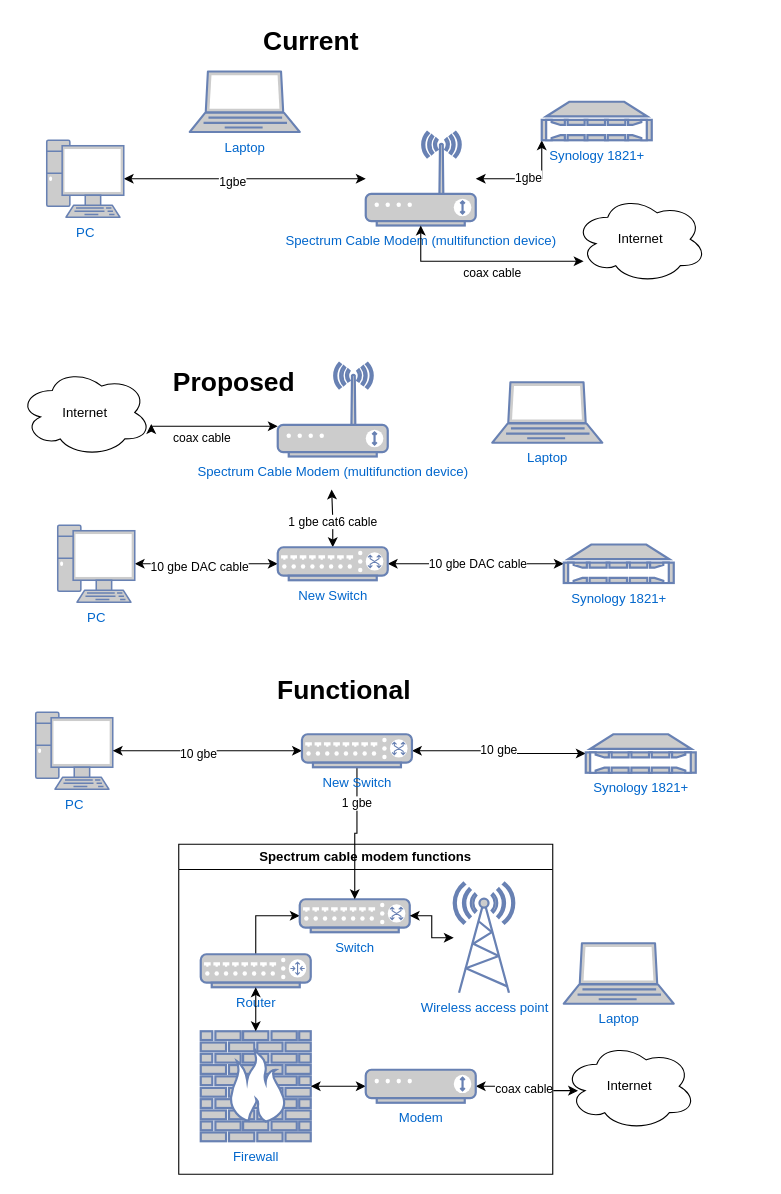
Above: ajuniverse.drawio in mervincm/5MarsLabs-Public (draw.io), before the change. Source tidied: cells renumbered, new cells numbered last; positions are measured from the earlier drawing's top-left corner, leaving out a move shared by most shapes. Both pictures are drawn from the tidied source at 110%, with x=0, y=0 at pixel (19, 19).
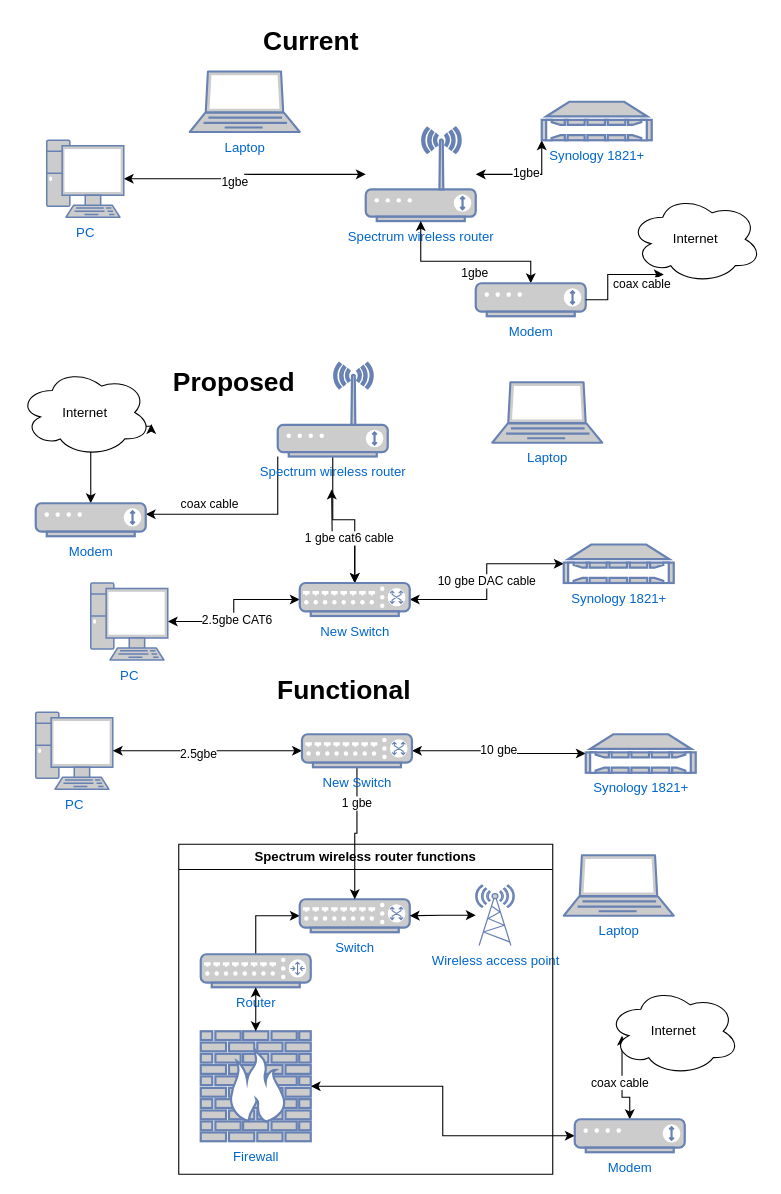
After the change.

The change refers to these unchanged cells:
```xml
<mxCell id="19" style="edgeStyle=orthogonalEdgeStyle;rounded=0;jettySize=auto;html=1;startArrow=classic;startFill=1;exitX=1;exitY=0.5;exitDx=0;exitDy=0;exitPerimeter=0;" parent="1" edge="1" source="11" target="49">
  <mxGeometry relative="1" as="geometry">
    <Array as="points">
      <mxPoint x="105" y="665" />
    </Array>
  </mxGeometry>
</mxCell>
<mxCell id="33" style="edgeStyle=orthogonalEdgeStyle;rounded=0;jettySize=auto;html=1;startArrow=classic;startFill=1;entryX=0;entryY=0.5;entryDx=0;entryDy=0;entryPerimeter=0;" parent="1" edge="1" source="35" target="46">
  <mxGeometry relative="1" as="geometry" />
</mxCell>
<mxCell id="41" style="edgeStyle=orthogonalEdgeStyle;rounded=0;jettySize=auto;html=1;startArrow=classic;startFill=1;" parent="1" edge="1" source="46">
  <mxGeometry relative="1" as="geometry">
    <mxPoint x="284" y="427.5" as="targetPoint" />
  </mxGeometry>
</mxCell>
<mxCell id="51" value="Internet" style="ellipse;shape=cloud;whiteSpace=wrap;html=1;" parent="1" vertex="1">
  <mxGeometry y="317.5" width="120" height="80" as="geometry" />
</mxCell>
```

The edit, as a diff of the source:
```diff
@@
-    <mxCell id="7" value="Spectrum Cable Modem (multifunction device)&lt;div&gt;&lt;br&gt;&lt;/div&gt;" style="fontColor=#0066CC;verticalAlign=top;verticalLabelPosition=bottom;labelPosition=center;align=center;html=1;outlineConnect=0;fillColor=#CCCCCC;strokeColor=#6881B3;gradientColor=none;gradientDirection=north;strokeWidth=2;shape=mxgraph.networks.wireless_modem;" parent="1" vertex="1">
-      <mxGeometry x="315" y="102.5" width="100" height="85" as="geometry" />
+    <mxCell id="7" value="Spectrum wireless router" style="fontColor=#0066CC;verticalAlign=top;verticalLabelPosition=bottom;labelPosition=center;align=center;html=1;outlineConnect=0;fillColor=#CCCCCC;strokeColor=#6881B3;gradientColor=none;gradientDirection=north;strokeWidth=2;shape=mxgraph.networks.wireless_modem;" parent="1" vertex="1">
+      <mxGeometry x="315" y="98.5" width="100" height="85" as="geometry" />
     </mxCell>
@@
-    <mxCell id="20" value="10 gbe" style="edgeLabel;html=1;align=center;verticalAlign=middle;" parent="19" vertex="1">
+    <mxCell id="20" value="2.5gbe" style="edgeLabel;html=1;align=center;verticalAlign=middle;" parent="19" vertex="1">
       <mxGeometry x="-0.11" y="-2" relative="1" as="geometry" />
     </mxCell>
     <mxCell id="21" value="Wireless access point" style="fontColor=#0066CC;verticalAlign=top;verticalLabelPosition=bottom;labelPosition=center;align=center;html=1;outlineConnect=0;fillColor=#CCCCCC;strokeColor=#6881B3;gradientColor=none;gradientDirection=north;strokeWidth=2;shape=mxgraph.networks.radio_tower;" parent="1" vertex="1">
-      <mxGeometry x="395" y="785" width="55" height="100" as="geometry" />
+      <mxGeometry x="415" y="787" width="35" height="55" as="geometry" />
     </mxCell>
-    <mxCell id="22" style="edgeStyle=orthogonalEdgeStyle;rounded=0;jettySize=auto;html=1;startArrow=classic;startFill=1;" parent="1" edge="1" source="50" target="7">
+    <mxCell id="22" style="edgeStyle=orthogonalEdgeStyle;rounded=0;jettySize=auto;html=1;startArrow=classic;startFill=1;" parent="1" edge="1" source="55" target="7">
       <mxGeometry relative="1" as="geometry">
         <Array as="points">
+          <mxPoint x="465" y="220" />
           <mxPoint x="365" y="220" />
         </Array>
       </mxGeometry>
     </mxCell>
-    <mxCell id="23" value="coax cable" style="edgeLabel;html=1;align=center;verticalAlign=middle;" parent="22" vertex="1">
+    <mxCell id="23" value="1gbe" style="edgeLabel;html=1;align=center;verticalAlign=middle;" parent="22" vertex="1">
       <mxGeometry x="0.02" y="-2" relative="1" as="geometry">
         <mxPoint x="8" y="12" as="offset" />
       </mxGeometry>
     </mxCell>
@@
     <mxCell id="30" value="Laptop&lt;div&gt;&lt;br&gt;&lt;/div&gt;" style="fontColor=#0066CC;verticalAlign=top;verticalLabelPosition=bottom;labelPosition=center;align=center;html=1;fillColor=#CCCCCC;strokeColor=#6881B3;gradientColor=none;gradientDirection=north;strokeWidth=2;shape=mxgraph.networks.laptop;" parent="1" vertex="1">
-      <mxGeometry x="495" y="840" width="100" height="55" as="geometry" />
+      <mxGeometry x="495" y="760" width="100" height="55" as="geometry" />
     </mxCell>
-    <mxCell id="31" value="Spectrum cable modem functions" style="swimlane;whiteSpace=wrap;html=1;" parent="1" vertex="1">
+    <mxCell id="31" value="Spectrum wireless router functions" style="swimlane;whiteSpace=wrap;html=1;" parent="1" vertex="1">
       <mxGeometry x="145" y="750" width="340" height="300" as="geometry" />
     </mxCell>
-    <mxCell id="32" value="Modem" style="fontColor=#0066CC;verticalAlign=top;verticalLabelPosition=bottom;labelPosition=center;align=center;html=1;outlineConnect=0;fillColor=#CCCCCC;strokeColor=#6881B3;gradientColor=none;gradientDirection=north;strokeWidth=2;shape=mxgraph.networks.modem;" parent="31" vertex="1">
-      <mxGeometry x="170" y="205" width="100" height="30" as="geometry" />
-    </mxCell>
@@
-    <mxCell id="34" value="10 gbe DAC cable" style="edgeLabel;html=1;align=center;verticalAlign=middle;" parent="33" vertex="1">
+    <mxCell id="34" value="2.5gbe CAT6" style="edgeLabel;html=1;align=center;verticalAlign=middle;" parent="33" vertex="1">
       <mxGeometry x="-0.11" y="-2" relative="1" as="geometry" />
     </mxCell>
     <mxCell id="35" value="PC" style="fontColor=#0066CC;verticalAlign=top;verticalLabelPosition=bottom;labelPosition=center;align=center;html=1;outlineConnect=0;fillColor=#CCCCCC;strokeColor=#6881B3;gradientColor=none;gradientDirection=north;strokeWidth=2;shape=mxgraph.networks.pc;" parent="1" vertex="1">
-      <mxGeometry x="35" y="460" width="70" height="70" as="geometry" />
+      <mxGeometry x="65" y="512.5" width="70" height="70" as="geometry" />
     </mxCell>
-    <mxCell id="36" style="edgeStyle=orthogonalEdgeStyle;rounded=0;jettySize=auto;html=1;startArrow=classic;startFill=1;entryX=1;entryY=0.631;entryDx=0;entryDy=0;entryPerimeter=0;" parent="1" edge="1" source="37" target="51">
+    <mxCell id="36" style="edgeStyle=orthogonalEdgeStyle;rounded=0;jettySize=auto;html=1;startArrow=classic;startFill=1;entryX=1;entryY=0.631;entryDx=0;entryDy=0;entryPerimeter=0;" parent="1" edge="1" source="58" target="51">
       <mxGeometry relative="1" as="geometry">
         <Array as="points">
+          <mxPoint x="65" y="370" />
           <mxPoint x="120" y="370" />
         </Array>
       </mxGeometry>
     </mxCell>
+    <mxCell id="53" style="edgeStyle=orthogonalEdgeStyle;rounded=0;jettySize=auto;html=1;" parent="1" edge="1" source="37" target="58">
+      <mxGeometry relative="1" as="geometry">
+        <Array as="points">
+          <mxPoint x="235" y="450" />
+        </Array>
+      </mxGeometry>
+    </mxCell>
+    <mxCell id="54" style="edgeStyle=orthogonalEdgeStyle;rounded=0;jettySize=auto;html=1;" parent="1" edge="1" source="37" target="46">
+      <mxGeometry relative="1" as="geometry" />
+    </mxCell>
-    <mxCell id="37" value="Spectrum Cable Modem (multifunction device)&lt;div&gt;&lt;br&gt;&lt;/div&gt;" style="fontColor=#0066CC;verticalAlign=top;verticalLabelPosition=bottom;labelPosition=center;align=center;html=1;outlineConnect=0;fillColor=#CCCCCC;strokeColor=#6881B3;gradientColor=none;gradientDirection=north;strokeWidth=2;shape=mxgraph.networks.wireless_modem;" parent="1" vertex="1">
+    <mxCell id="37" value="Spectrum wireless router&lt;div&gt;&lt;br&gt;&lt;/div&gt;" style="fontColor=#0066CC;verticalAlign=top;verticalLabelPosition=bottom;labelPosition=center;align=center;html=1;outlineConnect=0;fillColor=#CCCCCC;strokeColor=#6881B3;gradientColor=none;gradientDirection=north;strokeWidth=2;shape=mxgraph.networks.wireless_modem;" parent="1" vertex="1">
       <mxGeometry x="235" y="312.5" width="100" height="85" as="geometry" />
     </mxCell>
@@
     <mxCell id="42" value="coax cable" style="edgeLabel;html=1;align=center;verticalAlign=middle;" parent="41" vertex="1">
       <mxGeometry x="0.02" y="-2" relative="1" as="geometry">
-        <mxPoint x="-121" y="-73" as="offset" />
+        <mxPoint x="-121" y="-28" as="offset" />
       </mxGeometry>
     </mxCell>
@@
     <mxCell id="46" value="New Switch" style="fontColor=#0066CC;verticalAlign=top;verticalLabelPosition=bottom;labelPosition=center;align=center;html=1;outlineConnect=0;fillColor=#CCCCCC;strokeColor=#6881B3;gradientColor=none;gradientDirection=north;strokeWidth=2;shape=mxgraph.networks.switch;" parent="1" vertex="1">
-      <mxGeometry x="235" y="480" width="100" height="30" as="geometry" />
+      <mxGeometry x="255" y="512.5" width="100" height="30" as="geometry" />
     </mxCell>
@@
     <mxCell id="50" value="Internet" style="ellipse;shape=cloud;whiteSpace=wrap;html=1;" parent="1" vertex="1">
-      <mxGeometry x="505" y="160" width="120" height="80" as="geometry" />
+      <mxGeometry x="555" y="160" width="120" height="80" as="geometry" />
     </mxCell>
@@
     <mxCell id="52" value="Internet" style="ellipse;shape=cloud;whiteSpace=wrap;html=1;" parent="1" vertex="1">
-      <mxGeometry x="495" y="930" width="120" height="80" as="geometry" />
+      <mxGeometry x="535" y="880" width="120" height="80" as="geometry" />
     </mxCell>
+    <mxCell id="55" value="Modem" style="fontColor=#0066CC;verticalAlign=top;verticalLabelPosition=bottom;labelPosition=center;align=center;html=1;outlineConnect=0;fillColor=#CCCCCC;strokeColor=#6881B3;gradientColor=none;gradientDirection=north;strokeWidth=2;shape=mxgraph.networks.modem;" parent="1" vertex="1">
+      <mxGeometry x="415" y="240" width="100" height="30" as="geometry" />
+    </mxCell>
+    <mxCell id="32" value="Modem" style="fontColor=#0066CC;verticalAlign=top;verticalLabelPosition=bottom;labelPosition=center;align=center;html=1;outlineConnect=0;fillColor=#CCCCCC;strokeColor=#6881B3;gradientColor=none;gradientDirection=north;strokeWidth=2;shape=mxgraph.networks.modem;" parent="1" vertex="1">
+      <mxGeometry x="505" y="1000" width="100" height="30" as="geometry" />
+    </mxCell>
+    <mxCell id="56" style="edgeStyle=orthogonalEdgeStyle;rounded=0;jettySize=auto;html=1;entryX=0.258;entryY=0.9;entryDx=0;entryDy=0;entryPerimeter=0;" parent="1" edge="1" source="55" target="50">
+      <mxGeometry relative="1" as="geometry" />
+    </mxCell>
+    <mxCell id="57" value="coax cable" style="edgeLabel;html=1;align=center;verticalAlign=middle;" parent="1" vertex="1">
+      <mxGeometry x="565" y="240" as="geometry" />
+    </mxCell>
+    <mxCell id="58" value="Modem" style="fontColor=#0066CC;verticalAlign=top;verticalLabelPosition=bottom;labelPosition=center;align=center;html=1;outlineConnect=0;fillColor=#CCCCCC;strokeColor=#6881B3;gradientColor=none;gradientDirection=north;strokeWidth=2;shape=mxgraph.networks.modem;" parent="1" vertex="1">
+      <mxGeometry x="15" y="440" width="100" height="30" as="geometry" />
+    </mxCell>
```
